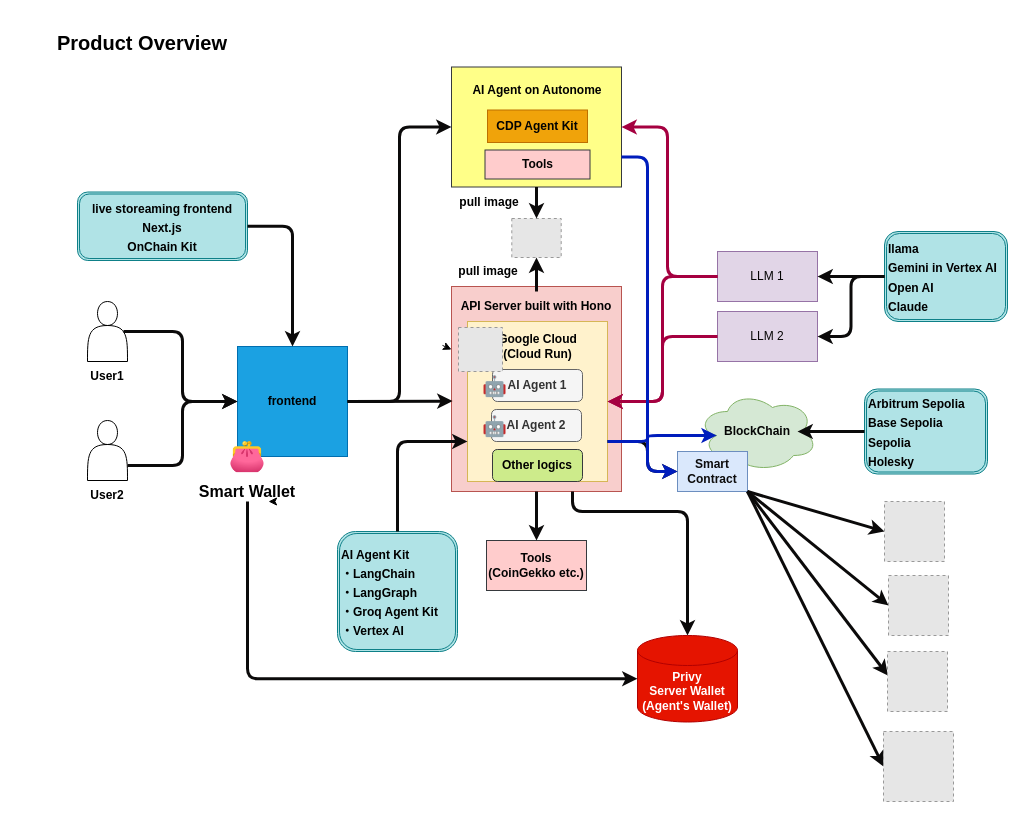
Above: page "Page-1" (1 of 2) of docs/architecture.drawio in mashharuki/AgenticEthereum2025 (draw.io), before the change. Source tidied: cells renumbered, new cells numbered last; positions are measured from the earlier drawing's top-left corner, leaving out a move shared by most shapes. Both pictures are drawn from the tidied source at 100%, with x=0, y=0 at pixel (17, 17). Pictures stored in the file or linked from it are replaced by grey dashed boxes.
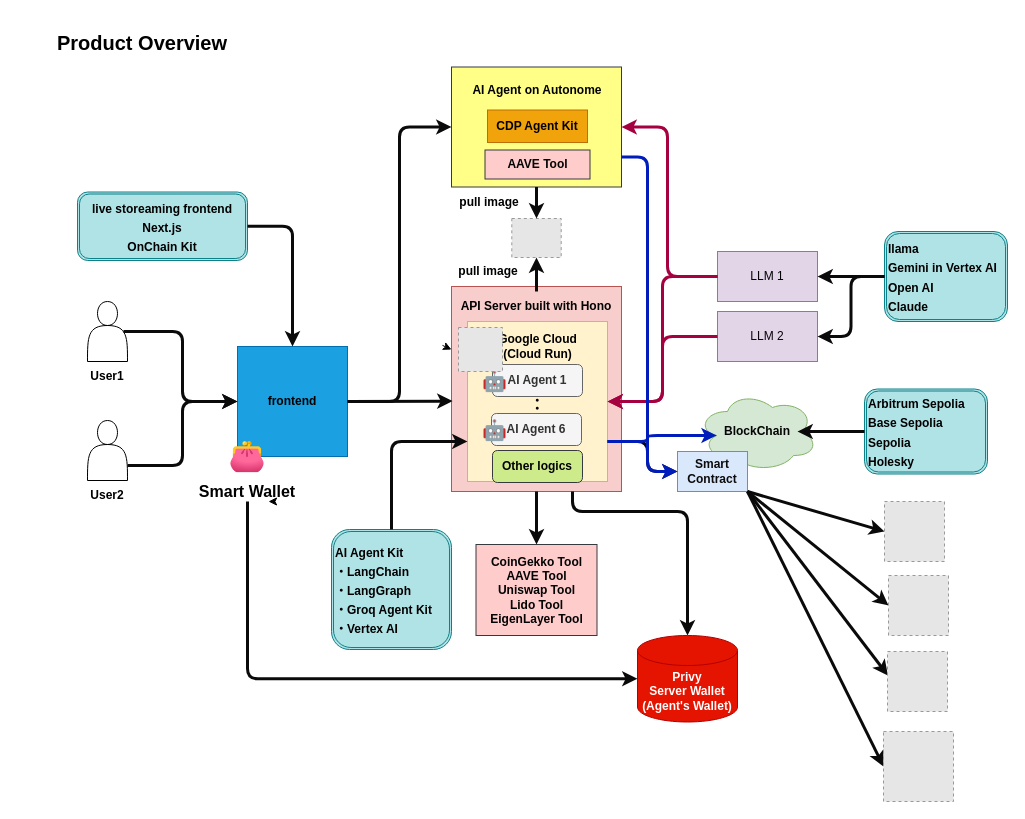
Above is the later version.

Diff of the diagram source:
```diff
@@
     <mxCell id="19" value="&lt;b&gt;AI Agent 1&lt;/b&gt;" style="rounded=1;whiteSpace=wrap;html=1;fontColor=#333333;fillColor=#f5f5f5;strokeColor=#666666;" parent="1" vertex="1">
-      <mxGeometry x="475" y="352" width="90" height="32" as="geometry" />
+      <mxGeometry x="475" y="347" width="90" height="32" as="geometry" />
     </mxCell>
-    <mxCell id="20" value="&lt;b&gt;AI Agent 2&lt;/b&gt;" style="rounded=1;whiteSpace=wrap;html=1;fontColor=#333333;fillColor=#f5f5f5;strokeColor=#666666;" parent="1" vertex="1">
-      <mxGeometry x="474" y="392" width="90" height="32" as="geometry" />
+    <mxCell id="20" value="&lt;b&gt;AI Agent 6&lt;/b&gt;" style="rounded=1;whiteSpace=wrap;html=1;fontColor=#333333;fillColor=#f5f5f5;strokeColor=#666666;" parent="1" vertex="1">
+      <mxGeometry x="474" y="396" width="90" height="32" as="geometry" />
     </mxCell>
     <mxCell id="21" value="&lt;font color=&quot;#000000&quot;&gt;&lt;b&gt;Other logics&lt;/b&gt;&lt;/font&gt;" style="rounded=1;whiteSpace=wrap;html=1;fillColor=#cdeb8b;strokeColor=#36393d;" parent="1" vertex="1">
-      <mxGeometry x="475" y="432" width="90" height="32" as="geometry" />
+      <mxGeometry x="475" y="433" width="90" height="32" as="geometry" />
     </mxCell>
@@
-    <mxCell id="28" value="&lt;font color=&quot;#030303&quot;&gt;&lt;b&gt;Tools&lt;br&gt;(CoinGekko etc.)&lt;br&gt;&lt;/b&gt;&lt;/font&gt;" style="rounded=0;whiteSpace=wrap;html=1;fillColor=#ffcccc;strokeColor=#36393d;" parent="1" vertex="1">
-      <mxGeometry x="469" y="523" width="100" height="50" as="geometry" />
+    <mxCell id="28" value="&lt;font color=&quot;#030303&quot;&gt;&lt;b&gt;CoinGekko Tool&lt;br&gt;AAVE Tool&lt;br&gt;Uniswap Tool&lt;br&gt;Lido Tool&lt;br&gt;EigenLayer Tool&lt;br&gt;&lt;/b&gt;&lt;/font&gt;" style="rounded=0;whiteSpace=wrap;html=1;fillColor=#ffcccc;strokeColor=#36393d;" parent="1" vertex="1">
+      <mxGeometry x="458.5" y="527" width="121" height="91" as="geometry" />
     </mxCell>
@@
     <mxCell id="30" value="&lt;span style=&quot;font-size: 12px;&quot;&gt;AI Agent Kit&lt;br&gt;・LangChain&lt;br&gt;・LangGraph&lt;br&gt;・Groq Agent Kit&lt;br&gt;・Vertex AI&lt;br&gt;&lt;/span&gt;" style="shape=ext;double=1;rounded=1;whiteSpace=wrap;html=1;fontSize=16;fillColor=#b0e3e6;strokeColor=#0e8088;fontColor=#000000;fontStyle=1;align=left;" parent="1" vertex="1">
-      <mxGeometry x="320" y="514" width="120" height="120" as="geometry" />
+      <mxGeometry x="314" y="512" width="120" height="120" as="geometry" />
     </mxCell>
@@
-    <mxCell id="39" value="&lt;font color=&quot;#030303&quot;&gt;&lt;b&gt;Tools&lt;br&gt;&lt;/b&gt;&lt;/font&gt;" style="rounded=0;whiteSpace=wrap;html=1;fillColor=#ffcccc;strokeColor=#36393d;" parent="1" vertex="1">
+    <mxCell id="39" value="&lt;font color=&quot;#030303&quot;&gt;&lt;b&gt;AAVE Tool&lt;br&gt;&lt;/b&gt;&lt;/font&gt;" style="rounded=0;whiteSpace=wrap;html=1;fillColor=#ffcccc;strokeColor=#36393d;" parent="1" vertex="1">
       <mxGeometry x="467.5" y="132.5" width="105" height="29" as="geometry" />
     </mxCell>
@@
     <mxCell id="50" value="🤖" style="text;html=1;strokeColor=none;fillColor=none;align=center;verticalAlign=middle;whiteSpace=wrap;rounded=0;fontColor=#FFFFFF;fontSize=20;" parent="1" vertex="1">
-      <mxGeometry x="465" y="358" width="25" height="20" as="geometry" />
+      <mxGeometry x="465" y="353" width="25" height="20" as="geometry" />
     </mxCell>
     <mxCell id="51" value="🤖" style="text;html=1;strokeColor=none;fillColor=none;align=center;verticalAlign=middle;whiteSpace=wrap;rounded=0;fontColor=#FFFFFF;fontSize=20;" parent="1" vertex="1">
-      <mxGeometry x="465" y="398" width="25" height="20" as="geometry" />
+      <mxGeometry x="465" y="402" width="25" height="20" as="geometry" />
     </mxCell>
@@
+    <mxCell id="67" value="&lt;font color=&quot;#000000&quot;&gt;&lt;b&gt;・&lt;/b&gt;&lt;/font&gt;" style="text;html=1;strokeColor=none;fillColor=none;align=center;verticalAlign=middle;whiteSpace=wrap;rounded=0;" parent="1" vertex="1">
+      <mxGeometry x="510" y="378" width="20" height="12" as="geometry" />
+    </mxCell>
+    <mxCell id="68" value="&lt;font color=&quot;#000000&quot;&gt;&lt;b&gt;・&lt;/b&gt;&lt;/font&gt;" style="text;html=1;strokeColor=none;fillColor=none;align=center;verticalAlign=middle;whiteSpace=wrap;rounded=0;" parent="1" vertex="1">
+      <mxGeometry x="510" y="386" width="20" height="12" as="geometry" />
+    </mxCell>
```
